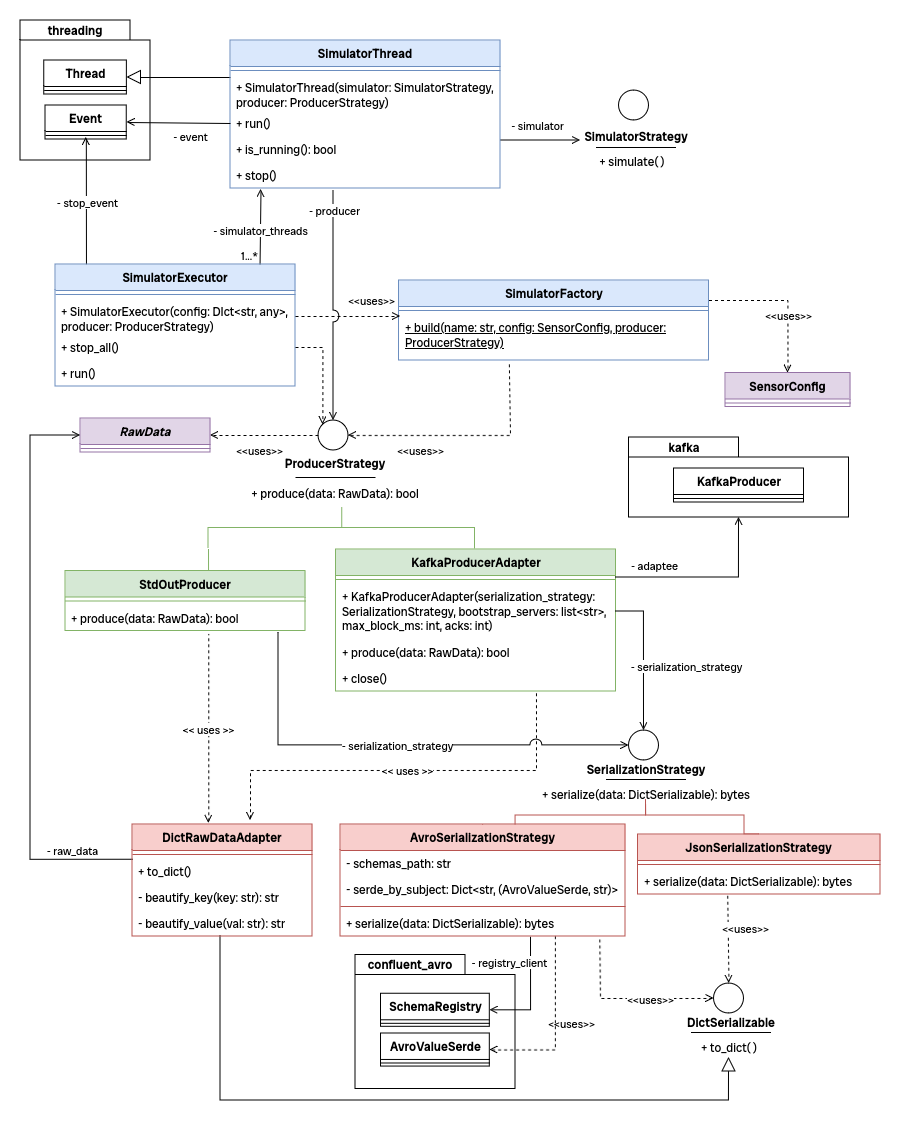
The draw.io diagram images/specifica_tecnica/producers_serializers.png in 7Last/docs, before a commit. Source tidied: cells renumbered, new cells last; positions are measured from the earlier drawing's top-left corner, leaving out a move shared by most shapes.
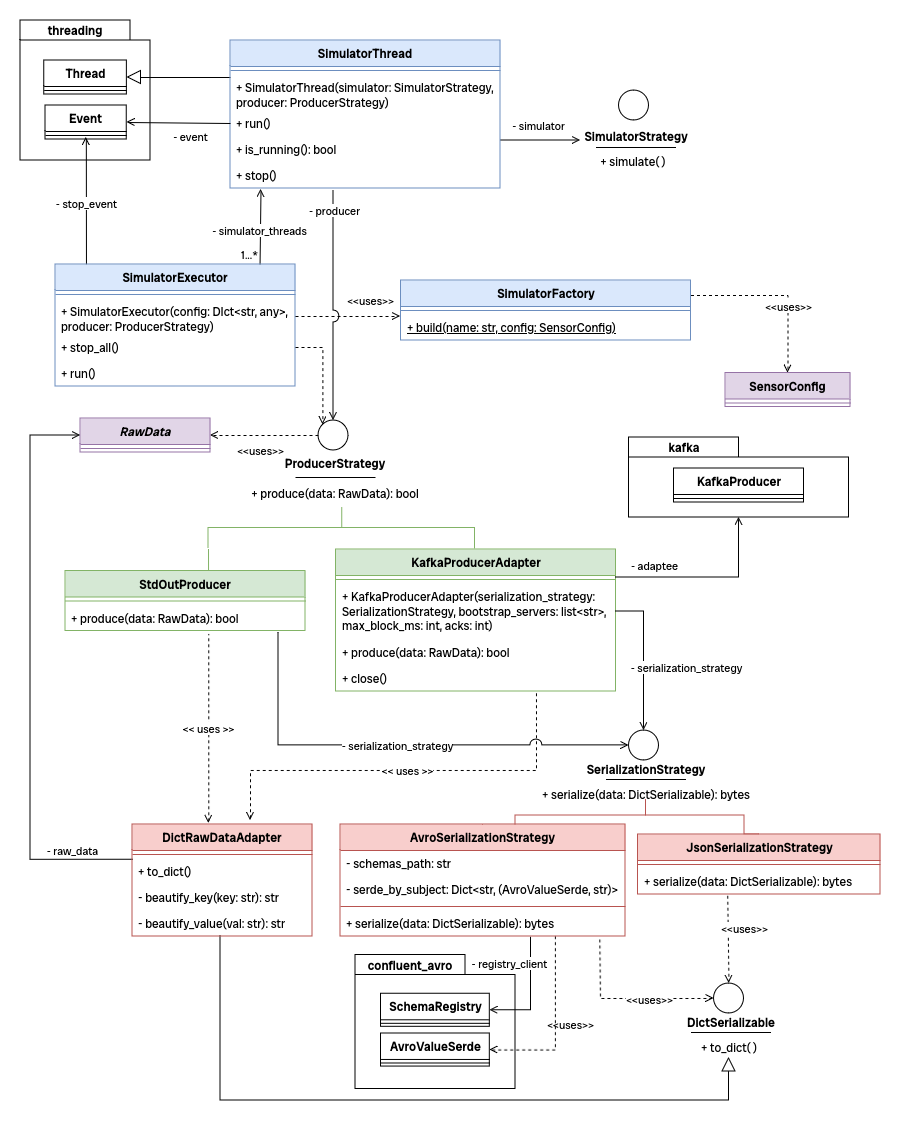
After the change.

Commit message:
fix: rimossi producer da diagramma factory

What changed in the source:
```diff
@@ -192,26 +192,19 @@
       </mxGeometry>
     </mxCell>
     <mxCell id="56" value="&lt;b&gt;SimulatorFactory&lt;/b&gt;" style="swimlane;fontStyle=0;horizontal=1;startSize=26;fillColor=#dae8fc;whiteSpace=wrap;html=1;fontFamily=Radio Canada Big;fontSource=https%3A%2F%2Ffonts.googleapis.com%2Fcss%3Ffamily%3DRadio%2BCanada%2BBig;strokeColor=#6c8ebf;" parent="1" vertex="1">
-      <mxGeometry x="378.5" y="260" width="310" height="80" as="geometry" />
+      <mxGeometry x="380.5" y="260" width="290" height="60" as="geometry" />
     </mxCell>
     <mxCell id="57" style="line;strokeWidth=1;fillColor=none;align=left;verticalAlign=middle;spacingTop=-1;spacingLeft=3;spacingRight=3;labelPosition=right;strokeColor=inherit;fontFamily=Radio Canada Big;fontSource=https%3A%2F%2Ffonts.googleapis.com%2Fcss%3Ffamily%3DRadio%2BCanada%2BBig;" parent="56" vertex="1">
-      <mxGeometry y="26" width="310" height="8" as="geometry" />
+      <mxGeometry y="26" width="290" height="8" as="geometry" />
     </mxCell>
-    <mxCell id="58" value="&lt;u&gt;&lt;span&gt;+ build(name: str, config: SensorConfig, producer: ProducerStrategy)&lt;/span&gt;&lt;/u&gt;" style="text;strokeColor=none;fillColor=none;align=left;verticalAlign=top;spacingLeft=4;spacingRight=4;overflow=hidden;points=[[0,0.5],[1,0.5]];portConstraint=eastwest;whiteSpace=wrap;html=1;fontFamily=Radio Canada Big;fontSource=https%3A%2F%2Ffonts.googleapis.com%2Fcss%3Ffamily%3DRadio%2BCanada%2BBig;fontStyle=0;" parent="56" vertex="1">
-      <mxGeometry y="34" width="310" height="46" as="geometry" />
+    <mxCell id="58" value="&lt;u&gt;&lt;span&gt;+ build(name: str, config: SensorConfig)&lt;/span&gt;&lt;/u&gt;" style="text;strokeColor=none;fillColor=none;align=left;verticalAlign=top;spacingLeft=4;spacingRight=4;overflow=hidden;points=[[0,0.5],[1,0.5]];portConstraint=eastwest;whiteSpace=wrap;html=1;fontFamily=Radio Canada Big;fontSource=https%3A%2F%2Ffonts.googleapis.com%2Fcss%3Ffamily%3DRadio%2BCanada%2BBig;fontStyle=0;" parent="56" vertex="1">
+      <mxGeometry y="34" width="290" height="26" as="geometry" />
     </mxCell>
     <mxCell id="59" value="&amp;lt;&amp;lt;uses&amp;gt;&amp;gt;" style="rounded=0;jettySize=auto;html=1;endArrow=open;endFill=0;dashed=1;strokeColor=default;align=center;verticalAlign=middle;fontFamily=Radio Canada Big;fontSource=https%3A%2F%2Ffonts.googleapis.com%2Fcss%3Ffamily%3DRadio%2BCanada%2BBig;fontSize=11;fontColor=default;labelBackgroundColor=default;exitX=1;exitY=0.5;exitDx=0;exitDy=0;" parent="1" edge="1" source="51">
       <mxGeometry x="0.43" y="16" relative="1" as="geometry">
         <mxPoint x="380" y="296" as="targetPoint" />
       </mxGeometry>
     </mxCell>
-    <mxCell id="60" value="&amp;lt;&amp;lt;uses&amp;gt;&amp;gt;" style="rounded=0;jettySize=auto;html=1;exitX=0.356;exitY=1.084;exitDx=0;exitDy=0;entryX=1;entryY=0.5;entryDx=0;entryDy=0;exitPerimeter=0;endArrow=open;endFill=0;dashed=1;strokeColor=default;align=center;verticalAlign=middle;fontFamily=Radio Canada Big;fontSource=https%3A%2F%2Ffonts.googleapis.com%2Fcss%3Ffamily%3DRadio%2BCanada%2BBig;fontSize=11;fontColor=default;labelBackgroundColor=default;" parent="1" edge="1" source="58" target="28">
-      <mxGeometry x="0.38" y="15" relative="1" as="geometry">
-        <Array as="points">
-          <mxPoint x="490" y="415" />
-        </Array>
-      </mxGeometry>
-    </mxCell>
     <mxCell id="61" value="&lt;b&gt;SensorConfig&lt;/b&gt;" style="swimlane;fontStyle=0;horizontal=1;startSize=26;fillColor=#e1d5e7;whiteSpace=wrap;html=1;fontFamily=Radio Canada Big;fontSource=https%3A%2F%2Ffonts.googleapis.com%2Fcss%3Ffamily%3DRadio%2BCanada%2BBig;strokeColor=#9673a6;" parent="1" vertex="1">
       <mxGeometry x="705" y="352.5" width="125" height="34" as="geometry" />
     </mxCell>
```
